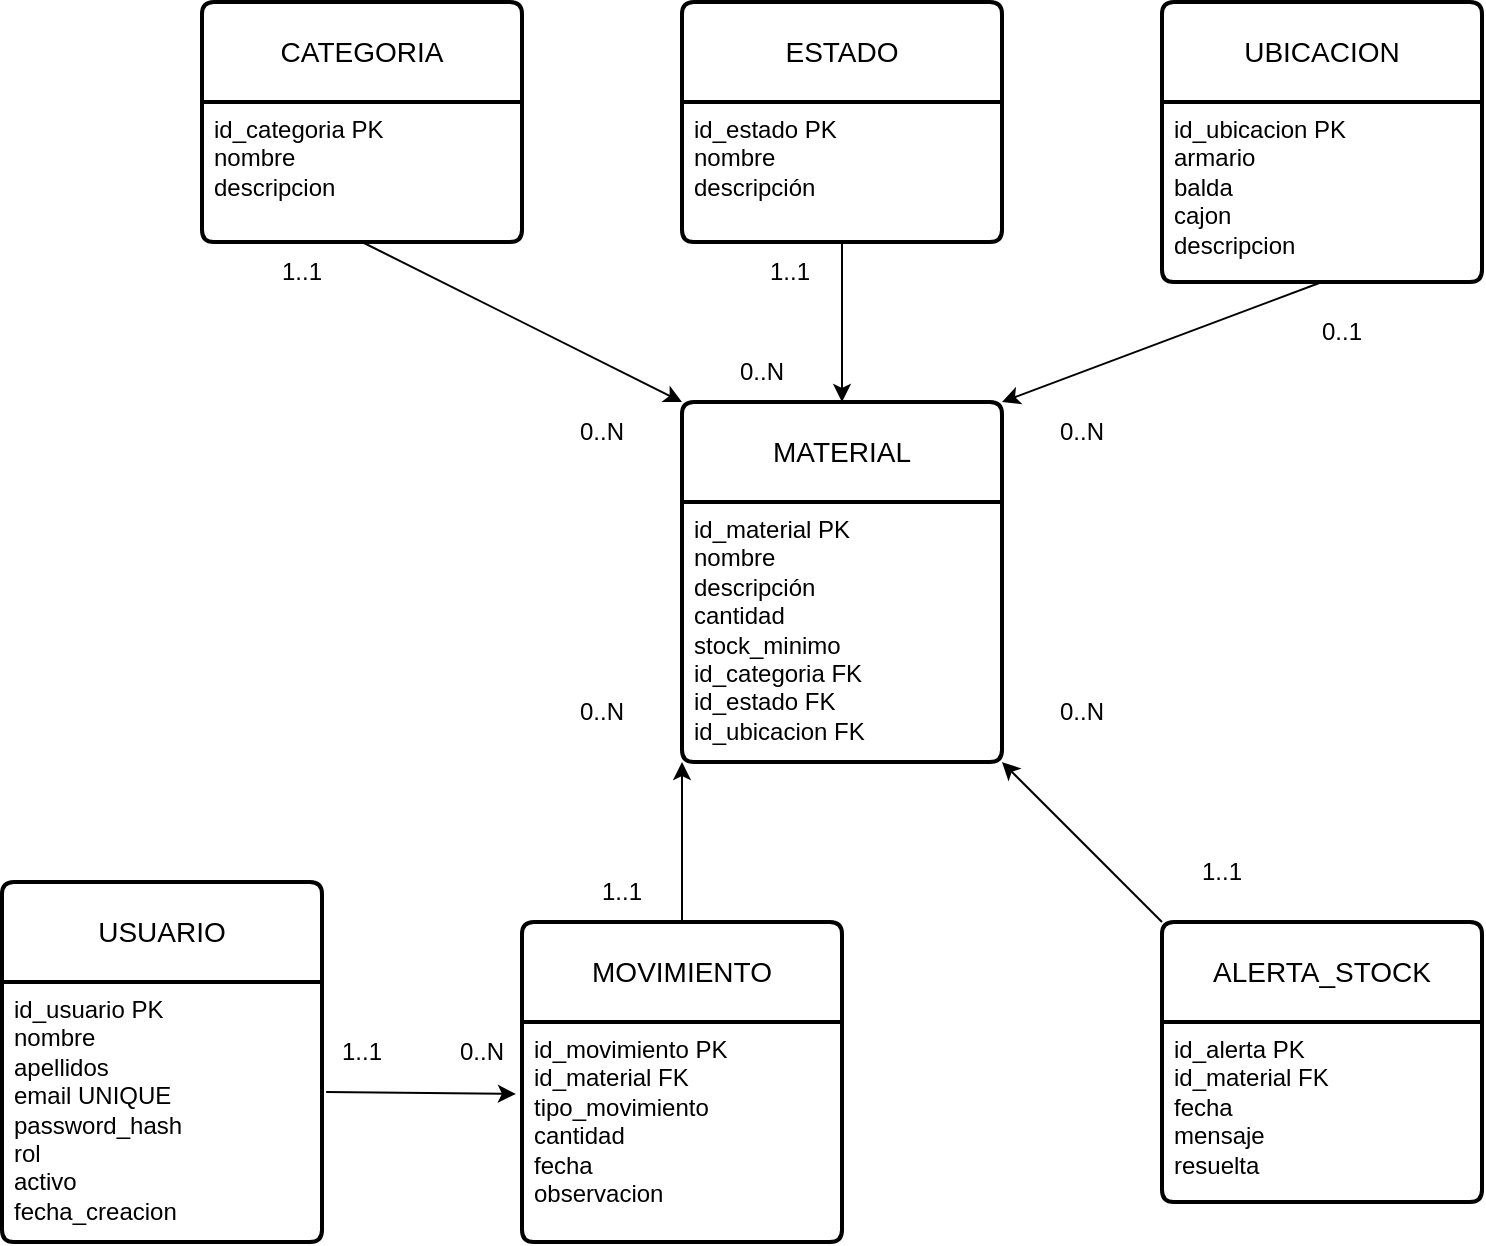
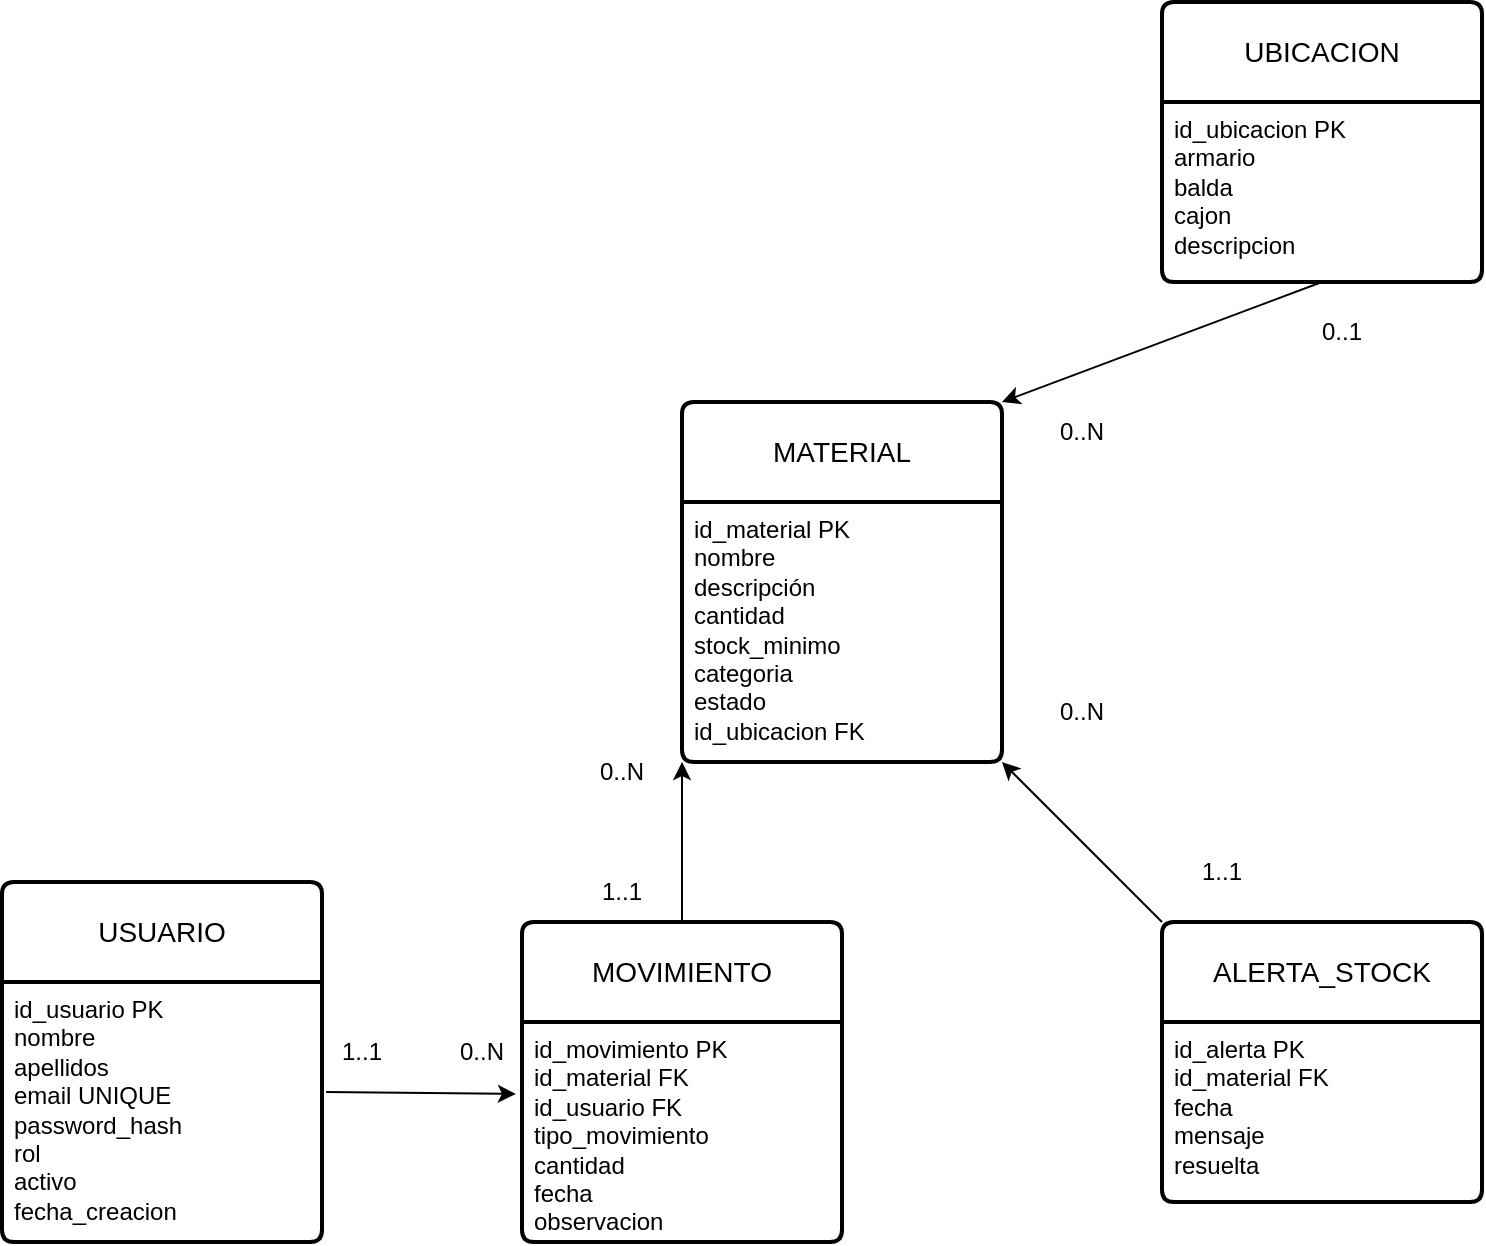
<mxfile host="app.diagrams.net">
  <diagram name="Página-1" id="RvKM41dWcJuisRGuATXp">
-     <mxGraphModel dx="1414" dy="777" grid="1" gridSize="10" guides="1" tooltips="1" connect="1" arrows="1" fold="1" page="1" pageScale="1" pageWidth="827" pageHeight="1169" math="0" shadow="0">
+     <mxGraphModel dx="1517" dy="777" grid="1" gridSize="10" guides="1" tooltips="1" connect="1" arrows="1" fold="1" page="1" pageScale="1" pageWidth="827" pageHeight="1169" math="0" shadow="0">
      <root>
        <mxCell id="0" />
        <mxCell id="1" parent="0" />
-         <mxCell id="9etG-u03g2LI2quGurpq-1" parent="1" style="swimlane;childLayout=stackLayout;horizontal=1;startSize=50;horizontalStack=0;rounded=1;fontSize=14;fontStyle=0;strokeWidth=2;resizeParent=0;resizeLast=1;shadow=0;dashed=0;align=center;arcSize=4;whiteSpace=wrap;html=1;" value="CATEGORIA" vertex="1">
-           <mxGeometry height="120" width="160" x="120" y="120" as="geometry" />
-         </mxCell>
-         <mxCell id="9etG-u03g2LI2quGurpq-2" parent="9etG-u03g2LI2quGurpq-1" style="align=left;strokeColor=none;fillColor=none;spacingLeft=4;spacingRight=4;fontSize=12;verticalAlign=top;resizable=0;rotatable=0;part=1;html=1;whiteSpace=wrap;" value="&lt;div&gt;id_categoria PK&lt;/div&gt;&lt;div&gt;&lt;span style=&quot;white-space: normal;&quot;&gt;nombre&lt;/span&gt;&lt;/div&gt;&lt;div&gt;&lt;span style=&quot;white-space: normal;&quot;&gt;descripcion&lt;/span&gt;&lt;/div&gt;" vertex="1">
-           <mxGeometry height="70" width="160" y="50" as="geometry" />
-         </mxCell>
-         <mxCell id="9etG-u03g2LI2quGurpq-3" parent="1" style="swimlane;childLayout=stackLayout;horizontal=1;startSize=50;horizontalStack=0;rounded=1;fontSize=14;fontStyle=0;strokeWidth=2;resizeParent=0;resizeLast=1;shadow=0;dashed=0;align=center;arcSize=4;whiteSpace=wrap;html=1;" value="ESTADO" vertex="1">
-           <mxGeometry height="120" width="160" x="360" y="120" as="geometry" />
-         </mxCell>
-         <mxCell id="9etG-u03g2LI2quGurpq-4" parent="9etG-u03g2LI2quGurpq-3" style="align=left;strokeColor=none;fillColor=none;spacingLeft=4;spacingRight=4;fontSize=12;verticalAlign=top;resizable=0;rotatable=0;part=1;html=1;whiteSpace=wrap;" value="&lt;div&gt;id_estado PK&lt;/div&gt;&lt;div&gt;&lt;span style=&quot;white-space: normal;&quot;&gt;nombre&lt;/span&gt;&lt;/div&gt;&lt;div&gt;&lt;span style=&quot;white-space: normal;&quot;&gt;descripción&lt;/span&gt;&lt;/div&gt;" vertex="1">
-           <mxGeometry height="70" width="160" y="50" as="geometry" />
-         </mxCell>
        <mxCell id="9etG-u03g2LI2quGurpq-5" parent="1" style="swimlane;childLayout=stackLayout;horizontal=1;startSize=50;horizontalStack=0;rounded=1;fontSize=14;fontStyle=0;strokeWidth=2;resizeParent=0;resizeLast=1;shadow=0;dashed=0;align=center;arcSize=4;whiteSpace=wrap;html=1;" value="MOVIMIENTO" vertex="1">
          <mxGeometry height="160" width="160" x="280" y="580" as="geometry" />
        </mxCell>
-         <mxCell id="9etG-u03g2LI2quGurpq-6" parent="9etG-u03g2LI2quGurpq-5" style="align=left;strokeColor=none;fillColor=none;spacingLeft=4;spacingRight=4;fontSize=12;verticalAlign=top;resizable=0;rotatable=0;part=1;html=1;whiteSpace=wrap;" value="&lt;div&gt;id_movimiento PK&lt;/div&gt;&lt;div&gt;&lt;span style=&quot;white-space: normal;&quot;&gt;id_material FK&lt;/span&gt;&lt;/div&gt;&lt;div&gt;&lt;span style=&quot;white-space: normal;&quot;&gt;tipo_movimiento&lt;/span&gt;&lt;/div&gt;&lt;div&gt;&lt;span style=&quot;white-space: normal;&quot;&gt;cantidad&lt;/span&gt;&lt;/div&gt;&lt;div&gt;&lt;span style=&quot;white-space: normal;&quot;&gt;fecha&lt;/span&gt;&lt;/div&gt;&lt;div&gt;&lt;span style=&quot;white-space: normal;&quot;&gt;observacion&lt;/span&gt;&lt;/div&gt;" vertex="1">
+         <mxCell id="9etG-u03g2LI2quGurpq-6" parent="9etG-u03g2LI2quGurpq-5" style="align=left;strokeColor=none;fillColor=none;spacingLeft=4;spacingRight=4;fontSize=12;verticalAlign=top;resizable=0;rotatable=0;part=1;html=1;whiteSpace=wrap;" value="&lt;div&gt;id_movimiento PK&lt;/div&gt;&lt;div&gt;&lt;span style=&quot;white-space: normal;&quot;&gt;id_material FK&lt;/span&gt;&lt;/div&gt;&lt;div&gt;id_usuario FK&lt;/div&gt;&lt;div&gt;&lt;span style=&quot;white-space: normal;&quot;&gt;tipo_movimiento&lt;/span&gt;&lt;/div&gt;&lt;div&gt;&lt;span style=&quot;white-space: normal;&quot;&gt;cantidad&lt;/span&gt;&lt;/div&gt;&lt;div&gt;&lt;span style=&quot;white-space: normal;&quot;&gt;fecha&lt;/span&gt;&lt;/div&gt;&lt;div&gt;&lt;span style=&quot;white-space: normal;&quot;&gt;observacion&lt;/span&gt;&lt;/div&gt;" vertex="1">
          <mxGeometry height="110" width="160" y="50" as="geometry" />
        </mxCell>
        <mxCell id="9etG-u03g2LI2quGurpq-8" parent="1" style="swimlane;childLayout=stackLayout;horizontal=1;startSize=50;horizontalStack=0;rounded=1;fontSize=14;fontStyle=0;strokeWidth=2;resizeParent=0;resizeLast=1;shadow=0;dashed=0;align=center;arcSize=4;whiteSpace=wrap;html=1;" value="MATERIAL" vertex="1">
          <mxGeometry height="180" width="160" x="360" y="320" as="geometry" />
        </mxCell>
-         <mxCell id="9etG-u03g2LI2quGurpq-9" parent="9etG-u03g2LI2quGurpq-8" style="align=left;strokeColor=none;fillColor=none;spacingLeft=4;spacingRight=4;fontSize=12;verticalAlign=top;resizable=0;rotatable=0;part=1;html=1;whiteSpace=wrap;" value="&lt;div&gt;id_material PK&lt;/div&gt;&lt;div&gt;&lt;span style=&quot;white-space: normal;&quot;&gt;nombre&lt;/span&gt;&lt;/div&gt;&lt;div&gt;&lt;span style=&quot;white-space: normal;&quot;&gt;descripción&lt;/span&gt;&lt;/div&gt;&lt;div&gt;&lt;span style=&quot;white-space: normal;&quot;&gt;cantidad&lt;/span&gt;&lt;/div&gt;&lt;div&gt;&lt;span style=&quot;white-space: normal;&quot;&gt;stock_minimo&lt;/span&gt;&lt;/div&gt;&lt;div&gt;&lt;span style=&quot;white-space: normal;&quot;&gt;id_categoria FK&lt;/span&gt;&lt;/div&gt;&lt;div&gt;&lt;span style=&quot;white-space: normal;&quot;&gt;id_estado FK&lt;/span&gt;&lt;/div&gt;&lt;div&gt;&lt;span style=&quot;white-space: normal;&quot;&gt;id_ubicacion FK&lt;/span&gt;&lt;/div&gt;&lt;div&gt;&lt;br&gt;&lt;/div&gt;" vertex="1">
+         <mxCell id="9etG-u03g2LI2quGurpq-9" parent="9etG-u03g2LI2quGurpq-8" style="align=left;strokeColor=none;fillColor=none;spacingLeft=4;spacingRight=4;fontSize=12;verticalAlign=top;resizable=0;rotatable=0;part=1;html=1;whiteSpace=wrap;" value="&lt;div&gt;id_material PK&lt;/div&gt;&lt;div&gt;&lt;span style=&quot;white-space: normal;&quot;&gt;nombre&lt;/span&gt;&lt;/div&gt;&lt;div&gt;&lt;span style=&quot;white-space: normal;&quot;&gt;descripción&lt;/span&gt;&lt;/div&gt;&lt;div&gt;&lt;span style=&quot;white-space: normal;&quot;&gt;cantidad&lt;/span&gt;&lt;/div&gt;&lt;div&gt;&lt;span style=&quot;white-space: normal;&quot;&gt;stock_minimo&lt;/span&gt;&lt;/div&gt;&lt;div&gt;&lt;span style=&quot;white-space: normal;&quot;&gt;categoria&lt;/span&gt;&lt;/div&gt;&lt;div&gt;&lt;span style=&quot;white-space: normal;&quot;&gt;estado&amp;nbsp;&lt;/span&gt;&lt;/div&gt;&lt;div&gt;&lt;span style=&quot;white-space: normal;&quot;&gt;id_ubicacion FK&lt;/span&gt;&lt;/div&gt;&lt;div&gt;&lt;br&gt;&lt;/div&gt;" vertex="1">
          <mxGeometry height="130" width="160" y="50" as="geometry" />
        </mxCell>
        <mxCell id="9etG-u03g2LI2quGurpq-10" parent="1" style="swimlane;childLayout=stackLayout;horizontal=1;startSize=50;horizontalStack=0;rounded=1;fontSize=14;fontStyle=0;strokeWidth=2;resizeParent=0;resizeLast=1;shadow=0;dashed=0;align=center;arcSize=4;whiteSpace=wrap;html=1;" value="ALERTA_STOCK" vertex="1">
          <mxGeometry height="140" width="160" x="600" y="580" as="geometry" />
        </mxCell>
        <mxCell id="9etG-u03g2LI2quGurpq-11" parent="9etG-u03g2LI2quGurpq-10" style="align=left;strokeColor=none;fillColor=none;spacingLeft=4;spacingRight=4;fontSize=12;verticalAlign=top;resizable=0;rotatable=0;part=1;html=1;whiteSpace=wrap;" value="&lt;div&gt;id_alerta PK&lt;/div&gt;&lt;div&gt;&lt;span style=&quot;white-space: normal;&quot;&gt;id_material FK&lt;/span&gt;&lt;/div&gt;&lt;div&gt;&lt;span style=&quot;white-space: normal;&quot;&gt;fecha&lt;/span&gt;&lt;/div&gt;&lt;div&gt;&lt;span style=&quot;white-space: normal;&quot;&gt;mensaje&lt;/span&gt;&lt;/div&gt;&lt;div&gt;&lt;span style=&quot;white-space: normal;&quot;&gt;resuelta&lt;/span&gt;&lt;/div&gt;" vertex="1">
          <mxGeometry height="90" width="160" y="50" as="geometry" />
        </mxCell>
        <mxCell id="9etG-u03g2LI2quGurpq-13" parent="1" style="swimlane;childLayout=stackLayout;horizontal=1;startSize=50;horizontalStack=0;rounded=1;fontSize=14;fontStyle=0;strokeWidth=2;resizeParent=0;resizeLast=1;shadow=0;dashed=0;align=center;arcSize=4;whiteSpace=wrap;html=1;" value="UBICACION" vertex="1">
          <mxGeometry height="140" width="160" x="600" y="120" as="geometry" />
        </mxCell>
        <mxCell id="9etG-u03g2LI2quGurpq-14" parent="9etG-u03g2LI2quGurpq-13" style="align=left;strokeColor=none;fillColor=none;spacingLeft=4;spacingRight=4;fontSize=12;verticalAlign=top;resizable=0;rotatable=0;part=1;html=1;whiteSpace=wrap;" value="&lt;div&gt;id_ubicacion PK&lt;/div&gt;&lt;div&gt;&lt;span style=&quot;white-space: normal;&quot;&gt;armario&lt;/span&gt;&lt;/div&gt;&lt;div&gt;&lt;span style=&quot;white-space: normal;&quot;&gt;balda&lt;/span&gt;&lt;/div&gt;&lt;div&gt;&lt;span style=&quot;white-space: normal;&quot;&gt;cajon&lt;/span&gt;&lt;/div&gt;&lt;div&gt;&lt;span style=&quot;white-space: normal;&quot;&gt;descripcion&lt;/span&gt;&lt;/div&gt;" vertex="1">
          <mxGeometry height="90" width="160" y="50" as="geometry" />
-         </mxCell>
-         <mxCell id="9etG-u03g2LI2quGurpq-19" edge="1" parent="1" source="9etG-u03g2LI2quGurpq-2" style="endArrow=classic;html=1;rounded=0;entryX=0;entryY=0;entryDx=0;entryDy=0;exitX=0.5;exitY=1;exitDx=0;exitDy=0;" target="9etG-u03g2LI2quGurpq-8" value="">
-           <mxGeometry height="50" relative="1" width="50" as="geometry">
-             <mxPoint x="200" y="330" as="sourcePoint" />
-             <mxPoint x="250" y="280" as="targetPoint" />
-           </mxGeometry>
-         </mxCell>
-         <mxCell id="9etG-u03g2LI2quGurpq-20" edge="1" parent="1" source="9etG-u03g2LI2quGurpq-4" style="endArrow=classic;html=1;rounded=0;entryX=0.5;entryY=0;entryDx=0;entryDy=0;exitX=0.5;exitY=1;exitDx=0;exitDy=0;" target="9etG-u03g2LI2quGurpq-8" value="">
-           <mxGeometry height="50" relative="1" width="50" as="geometry">
-             <mxPoint x="420" y="310" as="sourcePoint" />
-             <mxPoint x="470" y="260" as="targetPoint" />
-           </mxGeometry>
        </mxCell>
        <mxCell id="9etG-u03g2LI2quGurpq-21" edge="1" parent="1" source="9etG-u03g2LI2quGurpq-14" style="endArrow=classic;html=1;rounded=0;exitX=0.5;exitY=1;exitDx=0;exitDy=0;entryX=1;entryY=0;entryDx=0;entryDy=0;" target="9etG-u03g2LI2quGurpq-8" value="">
          <mxGeometry height="50" relative="1" width="50" as="geometry">
            <mxPoint x="580" y="350" as="sourcePoint" />
            <mxPoint x="630" y="300" as="targetPoint" />
          </mxGeometry>
        </mxCell>
        <mxCell id="9etG-u03g2LI2quGurpq-22" edge="1" parent="1" source="9etG-u03g2LI2quGurpq-5" style="endArrow=classic;html=1;rounded=0;exitX=0.5;exitY=0;exitDx=0;exitDy=0;entryX=0;entryY=1;entryDx=0;entryDy=0;" target="9etG-u03g2LI2quGurpq-9" value="">
          <mxGeometry height="50" relative="1" width="50" as="geometry">
            <mxPoint x="240" y="520" as="sourcePoint" />
            <mxPoint x="290" y="470" as="targetPoint" />
          </mxGeometry>
        </mxCell>
        <mxCell id="9etG-u03g2LI2quGurpq-23" edge="1" parent="1" source="9etG-u03g2LI2quGurpq-10" style="endArrow=classic;html=1;rounded=0;exitX=0;exitY=0;exitDx=0;exitDy=0;entryX=1;entryY=1;entryDx=0;entryDy=0;" target="9etG-u03g2LI2quGurpq-9" value="">
          <mxGeometry height="50" relative="1" width="50" as="geometry">
            <mxPoint x="610" y="520" as="sourcePoint" />
            <mxPoint x="660" y="470" as="targetPoint" />
          </mxGeometry>
        </mxCell>
-         <mxCell id="9etG-u03g2LI2quGurpq-24" parent="1" style="text;html=1;whiteSpace=wrap;strokeColor=none;fillColor=none;align=center;verticalAlign=middle;rounded=0;" value="1..1" vertex="1">
-           <mxGeometry height="30" width="60" x="140" y="240" as="geometry" />
-         </mxCell>
-         <mxCell id="9etG-u03g2LI2quGurpq-25" parent="1" style="text;html=1;whiteSpace=wrap;strokeColor=none;fillColor=none;align=center;verticalAlign=middle;rounded=0;" value="0..N" vertex="1">
-           <mxGeometry height="30" width="60" x="290" y="320" as="geometry" />
-         </mxCell>
        <mxCell id="9etG-u03g2LI2quGurpq-27" parent="1" style="text;html=1;whiteSpace=wrap;strokeColor=none;fillColor=none;align=center;verticalAlign=middle;rounded=0;" value="1..1" vertex="1">
          <mxGeometry height="30" width="60" x="300" y="550" as="geometry" />
        </mxCell>
        <mxCell id="9etG-u03g2LI2quGurpq-28" parent="1" style="text;html=1;whiteSpace=wrap;strokeColor=none;fillColor=none;align=center;verticalAlign=middle;rounded=0;" value="0..N" vertex="1">
-           <mxGeometry height="30" width="60" x="290" y="460" as="geometry" />
+           <mxGeometry height="30" width="60" x="300" y="490" as="geometry" />
        </mxCell>
        <mxCell id="9etG-u03g2LI2quGurpq-29" parent="1" style="text;html=1;whiteSpace=wrap;strokeColor=none;fillColor=none;align=center;verticalAlign=middle;rounded=0;" value="0..N" vertex="1">
          <mxGeometry height="30" width="60" x="530" y="460" as="geometry" />
        </mxCell>
        <mxCell id="9etG-u03g2LI2quGurpq-30" parent="1" style="text;html=1;whiteSpace=wrap;strokeColor=none;fillColor=none;align=center;verticalAlign=middle;rounded=0;" value="0..N" vertex="1">
          <mxGeometry height="30" width="60" x="530" y="320" as="geometry" />
-         </mxCell>
-         <mxCell id="9etG-u03g2LI2quGurpq-31" parent="1" style="text;html=1;whiteSpace=wrap;strokeColor=none;fillColor=none;align=center;verticalAlign=middle;rounded=0;" value="0..N" vertex="1">
-           <mxGeometry height="30" width="60" x="370" y="290" as="geometry" />
-         </mxCell>
-         <mxCell id="9etG-u03g2LI2quGurpq-32" parent="1" style="text;html=1;whiteSpace=wrap;strokeColor=none;fillColor=none;align=center;verticalAlign=middle;rounded=0;" value="1..1" vertex="1">
-           <mxGeometry height="30" width="60" x="384" y="240" as="geometry" />
        </mxCell>
        <mxCell id="9etG-u03g2LI2quGurpq-33" parent="1" style="text;html=1;whiteSpace=wrap;strokeColor=none;fillColor=none;align=center;verticalAlign=middle;rounded=0;" value="0..1" vertex="1">
          <mxGeometry height="30" width="60" x="660" y="270" as="geometry" />
        </mxCell>
        <mxCell id="9etG-u03g2LI2quGurpq-34" parent="1" style="text;html=1;whiteSpace=wrap;strokeColor=none;fillColor=none;align=center;verticalAlign=middle;rounded=0;" value="1..1" vertex="1">
          <mxGeometry height="30" width="60" x="600" y="540" as="geometry" />
        </mxCell>
        <mxCell id="9etG-u03g2LI2quGurpq-43" parent="1" style="swimlane;childLayout=stackLayout;horizontal=1;startSize=50;horizontalStack=0;rounded=1;fontSize=14;fontStyle=0;strokeWidth=2;resizeParent=0;resizeLast=1;shadow=0;dashed=0;align=center;arcSize=4;whiteSpace=wrap;html=1;" value="USUARIO" vertex="1">
          <mxGeometry height="180" width="160" x="20" y="560" as="geometry" />
        </mxCell>
        <mxCell id="9etG-u03g2LI2quGurpq-44" parent="9etG-u03g2LI2quGurpq-43" style="align=left;strokeColor=none;fillColor=none;spacingLeft=4;spacingRight=4;fontSize=12;verticalAlign=top;resizable=0;rotatable=0;part=1;html=1;whiteSpace=wrap;" value="&lt;div&gt;id_usuario PK&lt;/div&gt;&lt;div&gt;&lt;span style=&quot;white-space: normal;&quot;&gt;nombre&lt;/span&gt;&lt;/div&gt;&lt;div&gt;&lt;span style=&quot;white-space: normal;&quot;&gt;apellidos&lt;/span&gt;&lt;/div&gt;&lt;div&gt;&lt;span style=&quot;white-space: normal;&quot;&gt;email UNIQUE&lt;/span&gt;&lt;/div&gt;&lt;div&gt;&lt;span style=&quot;white-space: normal;&quot;&gt;password_hash&lt;/span&gt;&lt;/div&gt;&lt;div&gt;&lt;span style=&quot;white-space: normal;&quot;&gt;rol&lt;/span&gt;&lt;/div&gt;&lt;div&gt;&lt;span style=&quot;white-space: normal;&quot;&gt;activo&lt;/span&gt;&lt;/div&gt;&lt;div&gt;&lt;span style=&quot;white-space: normal;&quot;&gt;fecha_creacion&lt;/span&gt;&lt;/div&gt;" vertex="1">
          <mxGeometry height="130" width="160" y="50" as="geometry" />
        </mxCell>
        <mxCell id="9etG-u03g2LI2quGurpq-45" edge="1" parent="1" source="9etG-u03g2LI2quGurpq-44" style="endArrow=classic;html=1;rounded=0;entryX=-0.019;entryY=0.327;entryDx=0;entryDy=0;entryPerimeter=0;exitX=1.013;exitY=0.423;exitDx=0;exitDy=0;exitPerimeter=0;" target="9etG-u03g2LI2quGurpq-6" value="">
          <mxGeometry height="50" relative="1" width="50" as="geometry">
            <mxPoint x="170" y="540" as="sourcePoint" />
            <mxPoint x="220" y="490" as="targetPoint" />
          </mxGeometry>
        </mxCell>
        <mxCell id="9etG-u03g2LI2quGurpq-46" parent="1" style="text;html=1;whiteSpace=wrap;strokeColor=none;fillColor=none;align=center;verticalAlign=middle;rounded=0;" value="0..N" vertex="1">
          <mxGeometry height="30" width="60" x="230" y="630" as="geometry" />
        </mxCell>
        <mxCell id="9etG-u03g2LI2quGurpq-47" parent="1" style="text;html=1;whiteSpace=wrap;strokeColor=none;fillColor=none;align=center;verticalAlign=middle;rounded=0;" value="1..1" vertex="1">
          <mxGeometry height="30" width="60" x="170" y="630" as="geometry" />
        </mxCell>
      </root>
    </mxGraphModel>
  </diagram>
</mxfile>
